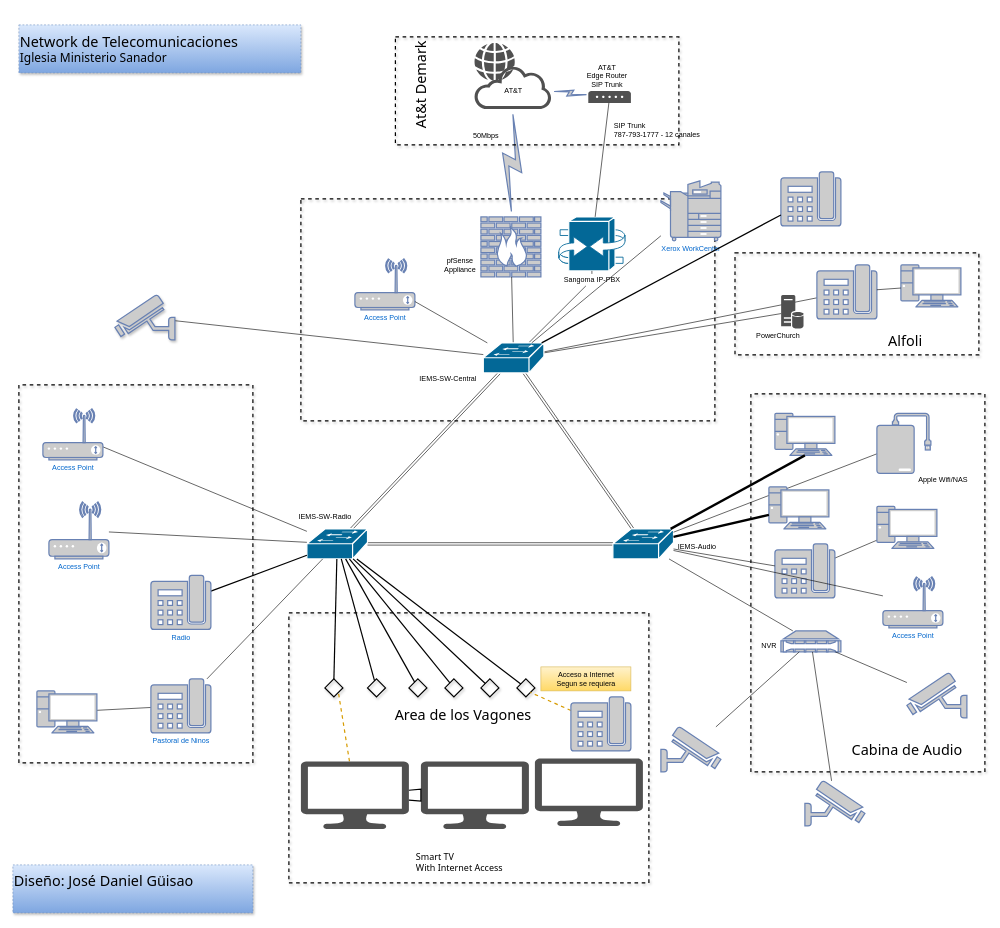
jose-guisao/hello-world keeps this draw.io diagram as IEMS-Network.drawio. Above is the earlier version. Source tidied: cells renumbered, new cells numbered last; positions are measured from the earlier drawing's top-left corner, leaving out a move shared by most shapes. Both pictures are drawn from the tidied source at 60%, with x=0, y=0 at pixel (13, 25).
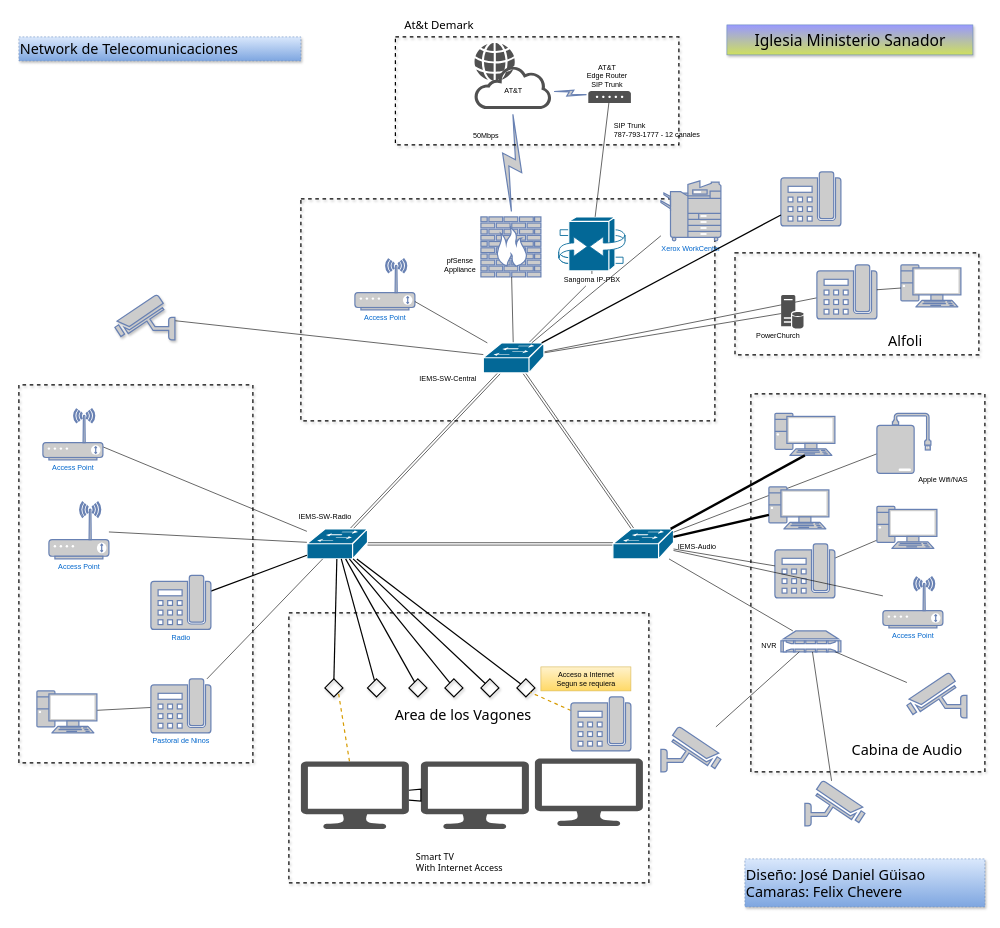
The same page after the edit.

The edit, as a diff of the source:
```diff
@@
-    <mxCell id="92" value="&lt;div&gt;Network de Telecomunicaciones&lt;br&gt;&lt;/div&gt;&lt;div style=&quot;font-size: 20px&quot;&gt;&lt;font style=&quot;font-size: 20px&quot;&gt; Iglesia Ministerio Sanador&lt;br style=&quot;font-size: 20px&quot;&gt;&lt;/font&gt;&lt;/div&gt;" style="text;html=1;align=left;verticalAlign=middle;fillColor=#dae8fc;strokeColor=#6c8ebf;rounded=0;shadow=1;dashed=1;fontSize=24;fontFamily=Tahoma;gradientColor=#7ea6e0;" parent="1" vertex="1">
-      <mxGeometry x="10" width="470" height="80" as="geometry" />
+    <mxCell id="92" value="&lt;div&gt;Network de Telecomunicaciones&lt;br&gt;&lt;/div&gt;" style="text;html=1;align=left;verticalAlign=middle;fillColor=#dae8fc;strokeColor=#6c8ebf;rounded=0;shadow=1;dashed=1;fontSize=24;fontFamily=Tahoma;gradientColor=#7ea6e0;" parent="1" vertex="1">
+      <mxGeometry x="10" y="20" width="470" height="40" as="geometry" />
     </mxCell>
-    <mxCell id="93" value="At&amp;amp;t Demark" style="text;html=1;align=center;verticalAlign=middle;fillColor=none;strokeColor=none;rounded=0;shadow=1;dashed=1;fontSize=24;fontFamily=Tahoma;rotation=-90;" parent="1" vertex="1">
-      <mxGeometry x="580" y="80" width="200" height="40" as="geometry" />
+    <mxCell id="93" value="At&amp;amp;t Demark" style="text;html=1;align=center;verticalAlign=middle;fillColor=none;strokeColor=none;rounded=0;shadow=1;dashed=1;fontSize=19;fontFamily=Tahoma;rotation=0;" parent="1" vertex="1">
+      <mxGeometry x="630" y="-20" width="160" height="40" as="geometry" />
     </mxCell>
-    <mxCell id="94" value="&lt;div&gt;Diseño: José Daniel Güisao&lt;/div&gt;&lt;div&gt;&lt;br&gt;&lt;/div&gt;" style="text;html=1;align=left;verticalAlign=middle;fillColor=#dae8fc;strokeColor=#6c8ebf;rounded=0;shadow=1;dashed=1;fontSize=24;fontFamily=Tahoma;gradientColor=#7ea6e0;" parent="1" vertex="1">
-      <mxGeometry y="1400" width="400" height="80" as="geometry" />
+    <mxCell id="94" value="&lt;div&gt;Diseño: José Daniel Güisao&lt;/div&gt;&lt;div&gt;Camaras: Felix Chevere&lt;br&gt;&lt;/div&gt;" style="text;html=1;align=left;verticalAlign=middle;fillColor=#dae8fc;strokeColor=#6c8ebf;rounded=0;shadow=1;dashed=1;fontSize=24;fontFamily=Tahoma;gradientColor=#7ea6e0;" parent="1" vertex="1">
+      <mxGeometry x="1220" y="1390" width="400" height="80" as="geometry" />
     </mxCell>
@@
+    <mxCell id="117" value="&lt;font style=&quot;font-size: 26px;&quot;&gt;Iglesia Ministerio Sanador&lt;/font&gt;" style="text;html=1;align=center;verticalAlign=middle;strokeColor=#6c8ebf;rounded=0;shadow=1;fontFamily=Tahoma;fontSize=26;fillColor=#9999FF;gradientColor=#CFE05E;" parent="1" vertex="1">
+      <mxGeometry x="1190" width="410" height="50" as="geometry" />
+    </mxCell>
```
